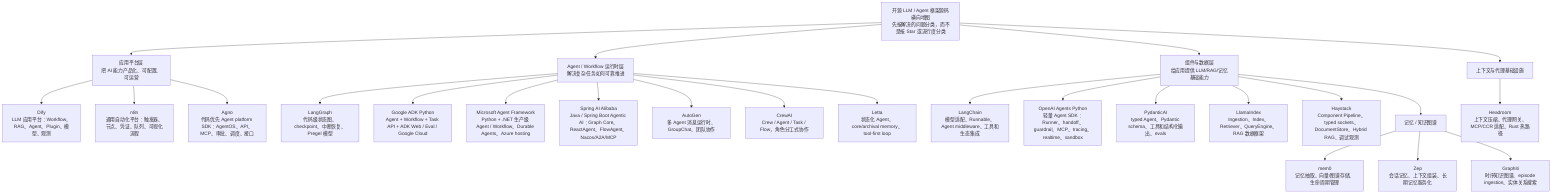
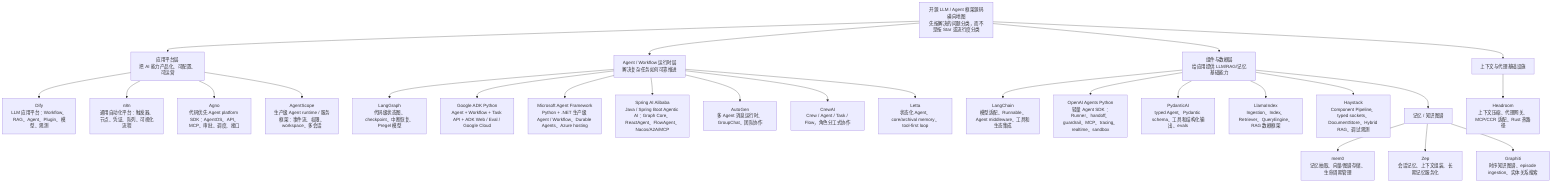
flowchart TB
    Goal["开源 LLM / Agent 框架源码横向地图<br/>先按解决的问题分类，而不是按 Star 或流行度分类"]
    Goal --> App["应用平台层<br/>把 AI 能力产品化、可配置、可运营"]
    App --> Dify["Dify<br/>LLM 应用平台：Workflow、RAG、Agent、Plugin、模型、观测"]
    App --> N8N["n8n<br/>通用自动化平台：触发器、节点、凭证、队列、可视化流程"]
    App --> Agno["Agno<br/>代码优先 Agent platform SDK：AgentOS、API、MCP、审批、调度、接口"]
+     App --> AgentScope["AgentScope<br/>生产级 Agent runtime / 服务框架：事件流、权限、workspace、多会话"]
    Goal --> Runtime["Agent / Workflow 运行时层<br/>解决复杂任务如何可靠推进"]
    Runtime --> LangGraph["LangGraph<br/>代码级状态图、checkpoint、中断恢复、Pregel 模型"]
    Runtime --> GoogleADK["Google ADK Python<br/>Agent + Workflow + Task API + ADK Web / Eval / Google Cloud"]
    Runtime --> MAF["Microsoft Agent Framework<br/>Python + .NET 生产级 Agent / Workflow、Durable Agents、Azure hosting"]
    Runtime --> SpringAIAlibaba["Spring AI Alibaba<br/>Java / Spring Boot Agentic AI：Graph Core、ReactAgent、FlowAgent、Nacos/A2A/MCP"]
    Runtime --> AutoGen["AutoGen<br/>多 Agent 消息运行时、GroupChat、团队协作"]
    Runtime --> CrewAI["CrewAI<br/>Crew / Agent / Task / Flow，角色分工式协作"]
    Runtime --> Letta["Letta<br/>状态化 Agent、core/archival memory、tool-first loop"]
    Goal --> Component["组件与数据层<br/>给应用提供 LLM/RAG/记忆基础能力"]
    Component --> LangChain["LangChain<br/>模型适配、Runnable、Agent middleware、工具和生态集成"]
    Component --> OpenAIAgents["OpenAI Agents Python<br/>轻量 Agent SDK：Runner、handoff、guardrail、MCP、tracing、realtime、sandbox"]
    Component --> PydanticAI["PydanticAI<br/>typed Agent、Pydantic schema、工具和结构化输出、evals"]
    Component --> LlamaIndex["LlamaIndex<br/>Ingestion、Index、Retriever、QueryEngine、RAG 数据框架"]
    Component --> Haystack["Haystack<br/>Component Pipeline、typed sockets、DocumentStore、Hybrid RAG、调试观测"]
    Component --> Memory["记忆 / 知识图谱"]
    Memory --> Mem0["mem0<br/>记忆抽取、向量/图谱存储、生命周期管理"]
    Memory --> Zep["Zep<br/>会话记忆、上下文组装、长期记忆服务化"]
    Memory --> Graphiti["Graphiti<br/>时序知识图谱、episode ingestion、实体关系搜索"]
    Goal --> Infra["上下文与代理基础设施"]
    Infra --> Headroom["Headroom<br/>上下文压缩、代理网关、MCP/CCR 适配、Rust 热路径"]
